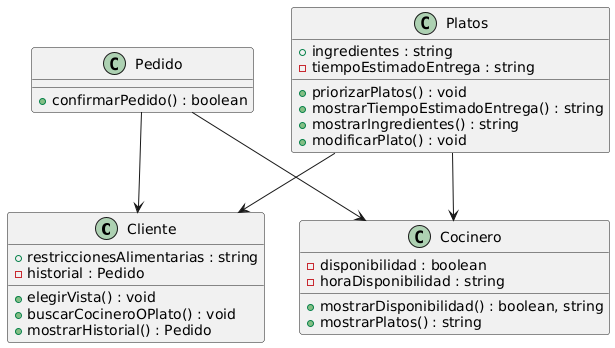
The PlantUML diagram documents/Diagrama Clases/Diagramas/bloq2_diagrama_clase.png in dabien3/ES25UAB-511-05, before a commit. The source it was exported from:
```plantuml
@startuml
class Cliente
{
   +restriccionesAlimentarias : string
   +elegirVista() : void
   +buscarCocineroOPlato() : void
   -historial : Pedido
   +mostrarHistorial() : Pedido
}
class Cocinero
{
   -disponibilidad : boolean
   -horaDisponibilidad : string
   +mostrarDisponibilidad() : boolean, string
   +mostrarPlatos() : string
}
class Pedido
{
   +confirmarPedido() : boolean
}
class Platos
{
   +ingredientes : string
   -tiempoEstimadoEntrega : string
   +priorizarPlatos() : void
   +mostrarTiempoEstimadoEntrega() : string
   +mostrarIngredientes() : string
   +modificarPlato() : void
}

Pedido --> Cliente
Pedido --> Cocinero
Platos --> Cliente
Platos --> Cocinero
@enduml
```
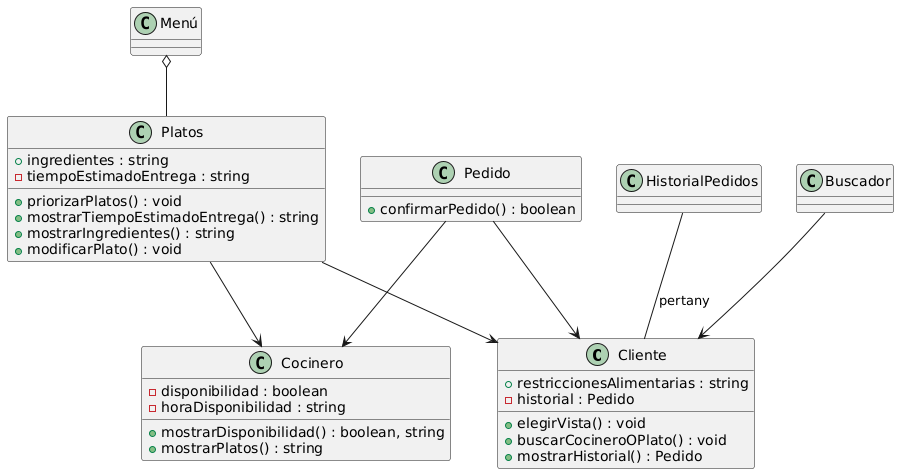
After the commit.

Commit message:
update bloq2_diagrama_clase

What changed in the source:
```diff
@@ -28,8 +28,14 @@
    +modificarPlato() : void
 }
 
+class Menú
+class Buscador
+class HistorialPedidos
 Pedido --> Cliente
 Pedido --> Cocinero
 Platos --> Cliente
 Platos --> Cocinero
+HistorialPedidos -- Cliente : pertany
+Menú o-- Platos
+Buscador --> Cliente
 @enduml
```
